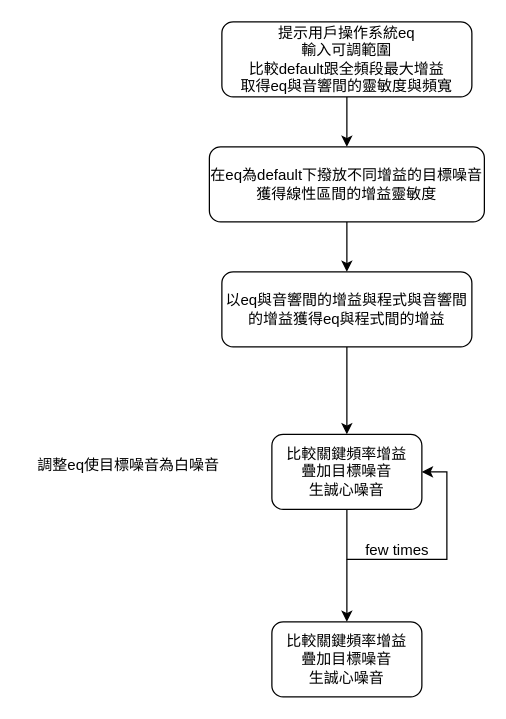
Above: 流程.drawio in ricky5932TW/SimpleEqualizer (draw.io), before the change. Source tidied: cells renumbered, new cells numbered last; positions are measured from the earlier drawing's top-left corner, leaving out a move shared by most shapes. Both pictures are drawn from the tidied source at 125%, with x=0, y=0 at pixel (21, 21).
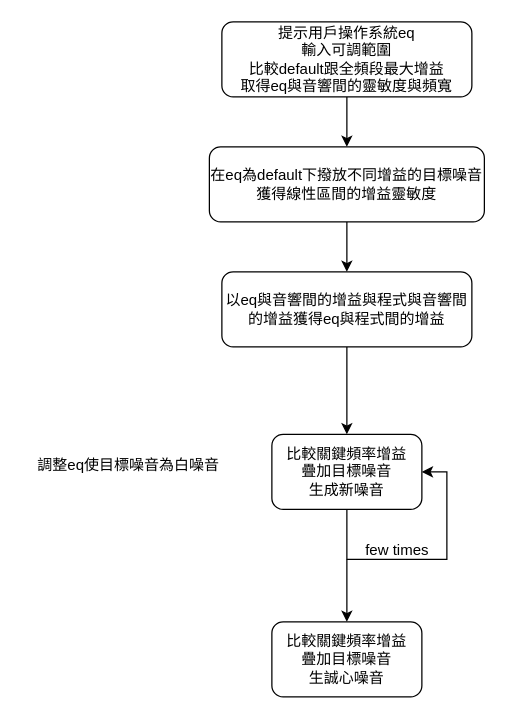
After the change.

Commit message (it also covers changes not shown here):
add log on printing gain

seems have some problem on wav file

Diff of the diagram source:
```diff
@@
 <mxGraphModel>
   <root>
     <mxCell id="0" />
     <mxCell id="1" parent="0" />
     <mxCell id="2" style="edgeStyle=orthogonalEdgeStyle;rounded=0;jettySize=auto;html=1;exitX=0.5;exitY=1;exitDx=0;exitDy=0;" parent="1" edge="1" source="3" target="5">
       <mxGeometry relative="1" as="geometry" />
     </mxCell>
     <mxCell id="3" value="提示用戶操作系統eq&lt;br&gt;輸入可調範圍&lt;br&gt;比較default跟全頻段最大增益&lt;br&gt;取得eq與音響間的靈敏度與頻寬" style="rounded=1;whiteSpace=wrap;html=1;" parent="1" vertex="1">
       <mxGeometry x="160" width="200" height="60" as="geometry" />
     </mxCell>
     <mxCell id="4" style="edgeStyle=orthogonalEdgeStyle;rounded=0;jettySize=auto;html=1;exitX=0.5;exitY=1;exitDx=0;exitDy=0;" parent="1" edge="1" source="5" target="6">
       <mxGeometry relative="1" as="geometry" />
     </mxCell>
     <mxCell id="5" value="在eq為default下撥放不同增益的目標噪音&lt;br&gt;獲得線性區間的增益靈敏度" style="rounded=1;whiteSpace=wrap;html=1;" parent="1" vertex="1">
       <mxGeometry x="150" y="100" width="220" height="60" as="geometry" />
     </mxCell>
     <mxCell id="6" value="以eq與音響間的增益與程式與音響間的增益獲得eq與程式間的增益" style="rounded=1;whiteSpace=wrap;html=1;" parent="1" vertex="1">
       <mxGeometry x="160" y="200" width="200" height="60" as="geometry" />
     </mxCell>
     <mxCell id="7" style="endArrow=classic;html=1;rounded=0;exitX=0.5;exitY=1;exitDx=0;exitDy=0;entryX=0.5;entryY=0;entryDx=0;entryDy=0;" parent="1" edge="1" source="6" target="8">
       <mxGeometry relative="1" as="geometry" />
     </mxCell>
-    <mxCell id="8" value="比較關鍵頻率增益&lt;br&gt;疊加目標噪音&lt;br&gt;生誠心噪音" style="rounded=1;whiteSpace=wrap;html=1;" parent="1" vertex="1">
+    <mxCell id="8" value="比較關鍵頻率增益&lt;br&gt;疊加目標噪音&lt;br&gt;生成新噪音" style="rounded=1;whiteSpace=wrap;html=1;" parent="1" vertex="1">
       <mxGeometry x="200" y="330" width="120" height="60" as="geometry" />
     </mxCell>
     <mxCell id="9" value="調整eq使目標噪音為白噪音" style="text;html=1;align=center;verticalAlign=middle;strokeColor=none;fillColor=none;" parent="1" vertex="1">
       <mxGeometry y="340" width="170" height="30" as="geometry" />
     </mxCell>
     <mxCell id="10" style="endArrow=classic;html=1;rounded=0;exitX=0.5;exitY=1;exitDx=0;exitDy=0;entryX=1;entryY=0.5;entryDx=0;entryDy=0;" parent="1" edge="1" source="8" target="8">
       <mxGeometry relative="1" as="geometry">
         <Array as="points">
           <mxPoint x="260" y="430" />
           <mxPoint x="340" y="430" />
           <mxPoint x="340" y="360" />
         </Array>
       </mxGeometry>
     </mxCell>
     <mxCell id="11" value="few times" style="text;html=1;align=center;verticalAlign=middle;strokeColor=none;fillColor=none;" parent="1" vertex="1">
       <mxGeometry x="265" y="408" width="70" height="30" as="geometry" />
     </mxCell>
     <mxCell id="12" style="endArrow=classic;html=1;rounded=0;" parent="1" edge="1">
       <mxGeometry relative="1" as="geometry">
         <mxPoint x="260" y="430" as="sourcePoint" />
         <mxPoint x="260" y="480" as="targetPoint" />
       </mxGeometry>
     </mxCell>
     <mxCell id="13" value="比較關鍵頻率增益&lt;br&gt;疊加目標噪音&lt;br&gt;生誠心噪音" style="rounded=1;whiteSpace=wrap;html=1;" parent="1" vertex="1">
       <mxGeometry x="200" y="480" width="120" height="60" as="geometry" />
     </mxCell>
   </root>
 </mxGraphModel>
```
